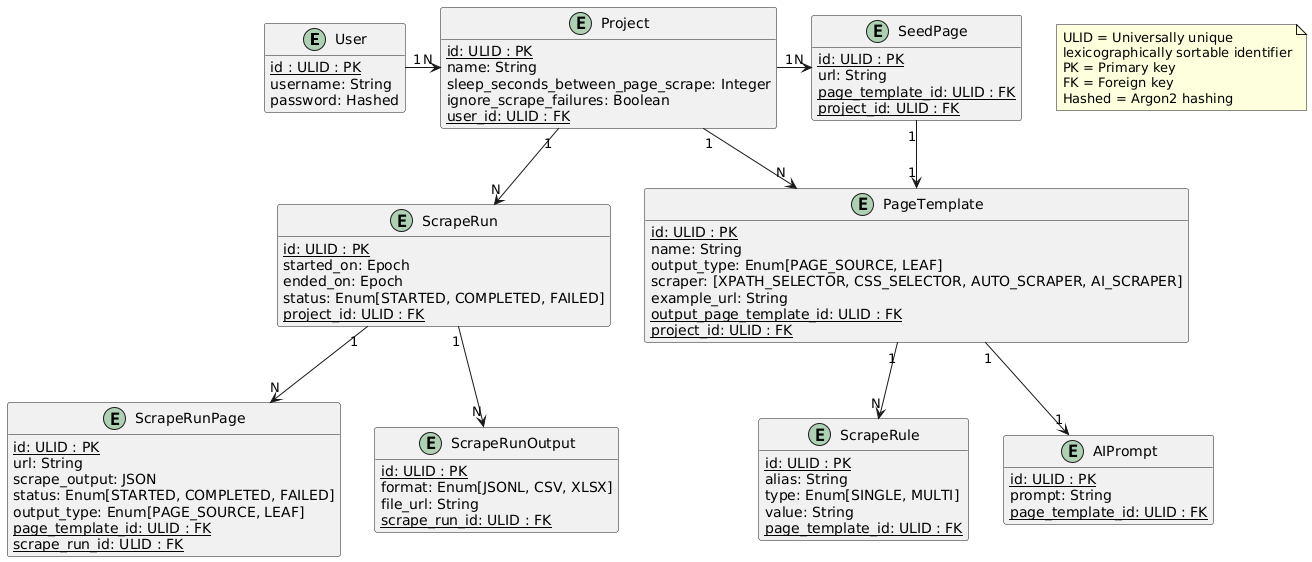
tejas0908/EasyScraper keeps this PlantUML diagram as docs/plantuml/output/db-schema.png. Above is the earlier version.
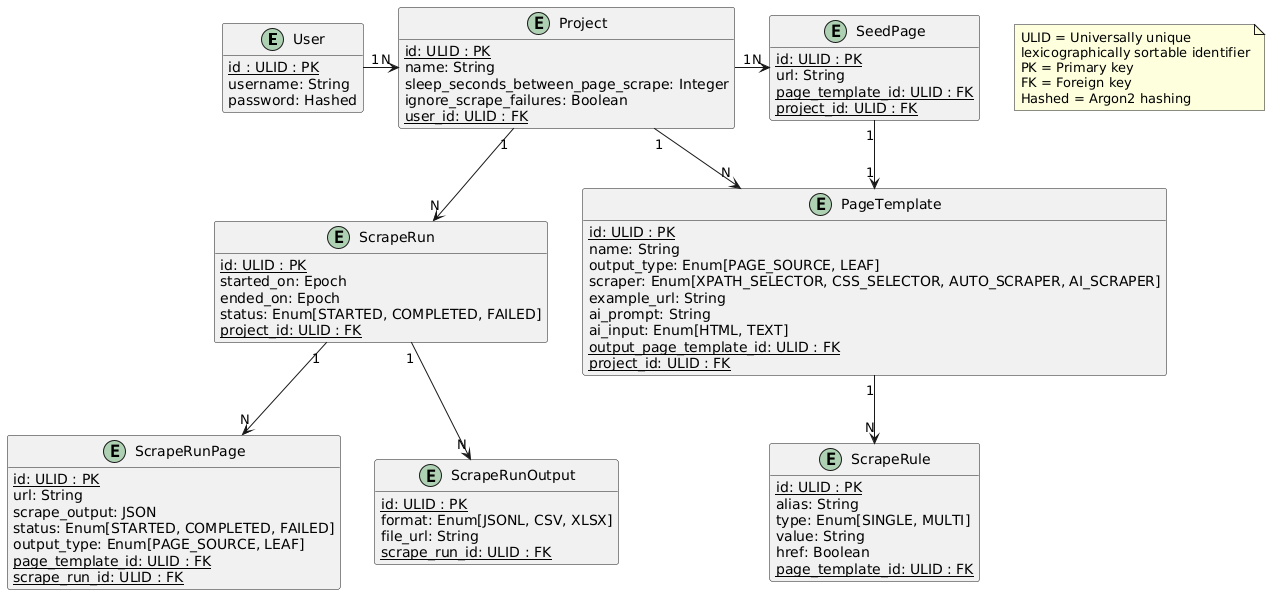
Above is the later version.

The edit, as a diff of the source:
```diff
@@ -15,8 +15,10 @@
     {static} id: ULID : PK
     name: String
     output_type: Enum[PAGE_SOURCE, LEAF]
-    scraper: [XPATH_SELECTOR, CSS_SELECTOR, AUTO_SCRAPER, AI_SCRAPER]
+    scraper: Enum[XPATH_SELECTOR, CSS_SELECTOR, AUTO_SCRAPER, AI_SCRAPER]
     example_url: String
+    ai_prompt: String
+    ai_input: Enum[HTML, TEXT]
     {static} output_page_template_id: ULID : FK
     {static} project_id: ULID : FK
 }
@@ -25,11 +27,7 @@
     alias: String
     type: Enum[SINGLE, MULTI]
     value: String
-    {static} page_template_id: ULID : FK
-}
-entity AIPrompt {
-    {static} id: ULID : PK
-    prompt: String
+    href: Boolean
     {static} page_template_id: ULID : FK
 }
 entity SeedPage {
@@ -66,7 +64,6 @@
 Project "1" -right-> "N" SeedPage
 SeedPage "1" -down-> "1" PageTemplate
 PageTemplate "1" --> "N" ScrapeRule
-PageTemplate "1" --> "1" AIPrompt
 Project "1" --> "N" ScrapeRun
 ScrapeRun "1" --> "N" ScrapeRunPage
 ScrapeRun "1" --> "N" ScrapeRunOutput
@@ -76,7 +73,6 @@
 hide PageTemplate methods
 hide SeedPage methods
 hide ScrapeRule methods
-hide AIPrompt methods
 hide ScrapeRun methods
 hide ScrapeRunPage methods
 hide ScrapeRunOutput methods
@@ -88,5 +84,4 @@
     FK = Foreign key
     Hashed = Argon2 hashing
 end note
-
 @enduml
```
